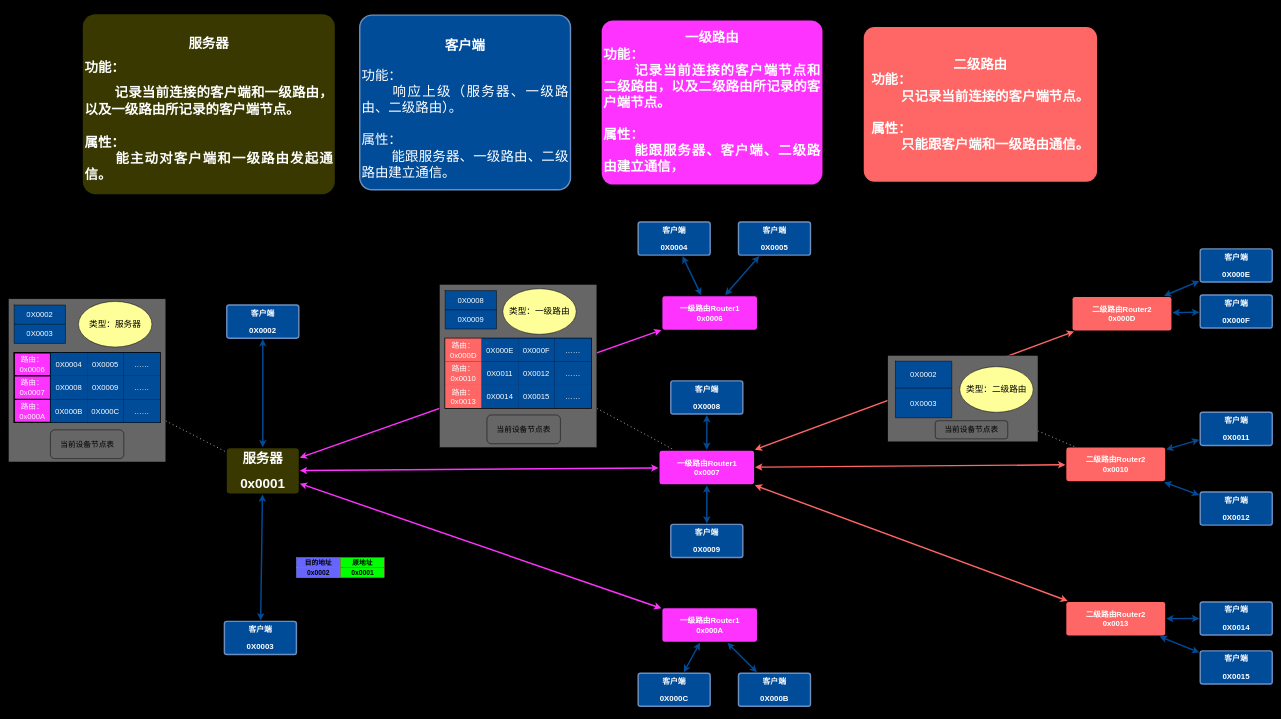
This is draw_io_test/lora_router.drawio from doctor1cong/draw_flow_chart, a draw.io file, before an edit. Source tidied: cells renumbered, new cells numbered last; positions are measured from the earlier drawing's top-left corner, leaving out a move shared by most shapes. Both pictures are drawn from the tidied source at 48%, with x=0, y=0 at pixel (8, 14).
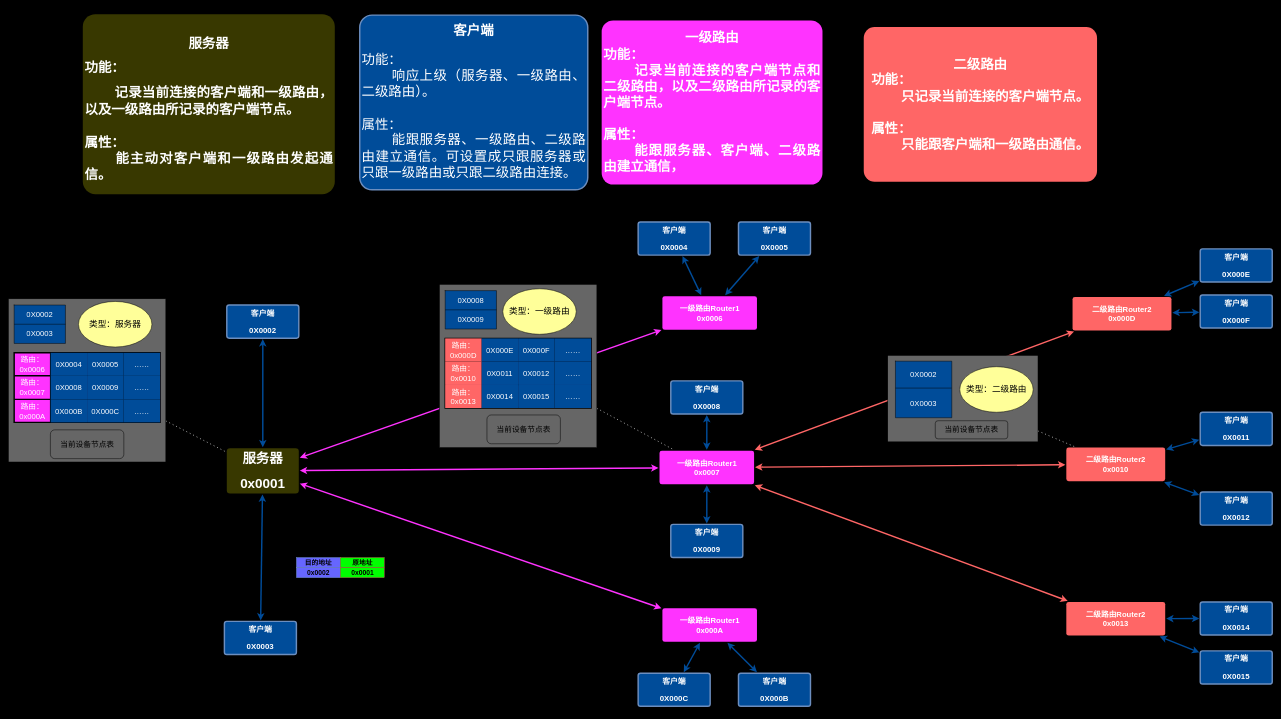
Above is the later version.

The edit, as a diff of the source:
```diff
@@
-    <mxCell id="111" value="&lt;h3 style=&quot;font-size: 28px;&quot;&gt;&lt;font style=&quot;font-size: 28px;&quot; color=&quot;#ffffff&quot;&gt;客户端&lt;/font&gt;&lt;/h3&gt;&lt;div style=&quot;text-align: justify; font-size: 28px;&quot;&gt;&lt;font style=&quot;font-size: 28px;&quot;&gt;&lt;font style=&quot;font-size: 28px;&quot; color=&quot;#ffffff&quot;&gt;功能：&lt;/font&gt;&lt;/font&gt;&lt;/div&gt;&lt;div style=&quot;text-align: justify; font-size: 28px;&quot;&gt;&lt;font style=&quot;font-size: 28px;&quot;&gt;&lt;font style=&quot;font-size: 28px;&quot; color=&quot;#ffffff&quot;&gt;&lt;span style=&quot;white-space: pre;&quot;&gt;&#9;&lt;/span&gt;响应上级（服务器、一级路由、二级路由&lt;/font&gt;&lt;span style=&quot;color: rgb(255, 255, 255); background-color: initial;&quot;&gt;）。&lt;/span&gt;&lt;/font&gt;&lt;/div&gt;&lt;div style=&quot;text-align: justify; font-size: 28px;&quot;&gt;&lt;font style=&quot;font-size: 28px;&quot;&gt;&lt;span style=&quot;color: rgb(255, 255, 255); background-color: initial;&quot;&gt;&lt;br&gt;&lt;/span&gt;&lt;/font&gt;&lt;/div&gt;&lt;div style=&quot;text-align: justify; font-size: 28px;&quot;&gt;&lt;font style=&quot;font-size: 28px;&quot;&gt;&lt;span style=&quot;color: rgb(255, 255, 255); background-color: initial;&quot;&gt;属性：&lt;/span&gt;&lt;/font&gt;&lt;/div&gt;&lt;div style=&quot;text-align: justify; font-size: 28px;&quot;&gt;&lt;font style=&quot;font-size: 28px;&quot;&gt;&lt;span style=&quot;color: rgb(255, 255, 255); background-color: initial;&quot;&gt;&lt;span style=&quot;white-space: pre;&quot;&gt;&#9;&lt;/span&gt;能跟服务器、一级路由、二级路由建立通信。&lt;br&gt;&lt;/span&gt;&lt;/font&gt;&lt;/div&gt;" style="rounded=1;whiteSpace=wrap;html=1;shadow=0;labelBackgroundColor=none;strokeWidth=3;fontFamily=Helvetica;fontSize=14;align=center;spacing=5;fontStyle=0;arcSize=7;perimeterSpacing=2;fillColor=#004C99;strokeColor=#6c8ebf;" parent="1" vertex="1">
-      <mxGeometry x="732" y="2" width="439" height="364" as="geometry" />
+    <mxCell id="111" value="&lt;h3 style=&quot;font-size: 28px;&quot;&gt;&lt;font style=&quot;font-size: 28px;&quot; color=&quot;#ffffff&quot;&gt;客户端&lt;/font&gt;&lt;/h3&gt;&lt;div style=&quot;text-align: justify; font-size: 28px;&quot;&gt;&lt;font style=&quot;font-size: 28px;&quot;&gt;&lt;font style=&quot;font-size: 28px;&quot; color=&quot;#ffffff&quot;&gt;功能：&lt;/font&gt;&lt;/font&gt;&lt;/div&gt;&lt;div style=&quot;text-align: justify; font-size: 28px;&quot;&gt;&lt;font style=&quot;font-size: 28px;&quot;&gt;&lt;font style=&quot;font-size: 28px;&quot; color=&quot;#ffffff&quot;&gt;&lt;span style=&quot;white-space: pre;&quot;&gt;&#9;&lt;/span&gt;响应上级（服务器、一级路由、二级路由&lt;/font&gt;&lt;span style=&quot;color: rgb(255, 255, 255); background-color: initial;&quot;&gt;）。&lt;/span&gt;&lt;/font&gt;&lt;/div&gt;&lt;div style=&quot;text-align: justify; font-size: 28px;&quot;&gt;&lt;font style=&quot;font-size: 28px;&quot;&gt;&lt;span style=&quot;color: rgb(255, 255, 255); background-color: initial;&quot;&gt;&lt;br&gt;&lt;/span&gt;&lt;/font&gt;&lt;/div&gt;&lt;div style=&quot;text-align: justify; font-size: 28px;&quot;&gt;&lt;font style=&quot;font-size: 28px;&quot;&gt;&lt;span style=&quot;color: rgb(255, 255, 255); background-color: initial;&quot;&gt;属性：&lt;/span&gt;&lt;/font&gt;&lt;/div&gt;&lt;div style=&quot;text-align: justify; font-size: 28px;&quot;&gt;&lt;font style=&quot;font-size: 28px;&quot;&gt;&lt;span style=&quot;color: rgb(255, 255, 255); background-color: initial;&quot;&gt;&lt;span style=&quot;white-space: pre;&quot;&gt;&#9;&lt;/span&gt;能跟服务器、一级路由、二级路由建立通信。可设置成只跟服务器或只跟一级路由或只跟二级路由连接。&lt;br&gt;&lt;/span&gt;&lt;/font&gt;&lt;/div&gt;&lt;div style=&quot;text-align: justify; font-size: 28px;&quot;&gt;&lt;font style=&quot;font-size: 28px;&quot;&gt;&lt;span style=&quot;color: rgb(255, 255, 255); background-color: initial;&quot;&gt;&lt;br&gt;&lt;/span&gt;&lt;/font&gt;&lt;/div&gt;" style="rounded=1;whiteSpace=wrap;html=1;shadow=0;labelBackgroundColor=none;strokeWidth=3;fontFamily=Helvetica;fontSize=14;align=center;spacing=5;fontStyle=0;arcSize=7;perimeterSpacing=2;fillColor=#004C99;strokeColor=#6c8ebf;" parent="1" vertex="1">
+      <mxGeometry x="732" y="2" width="475" height="364" as="geometry" />
     </mxCell>
```
